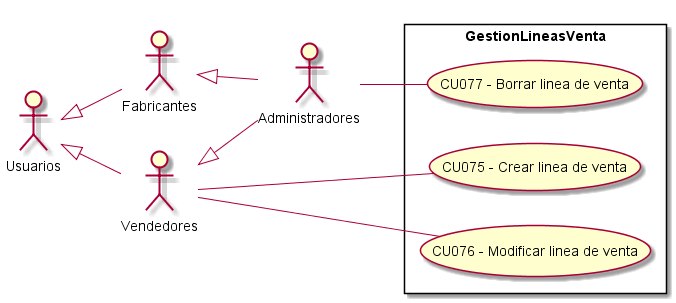
ZMGestion/DocumentacionZMGestion keeps this PlantUML diagram as Informe Final/Imagenes/ModeladoDeCasosDeUso/DiagramaDeCasosDeUso/GestionLineasVenta.png. Above is the earlier version.
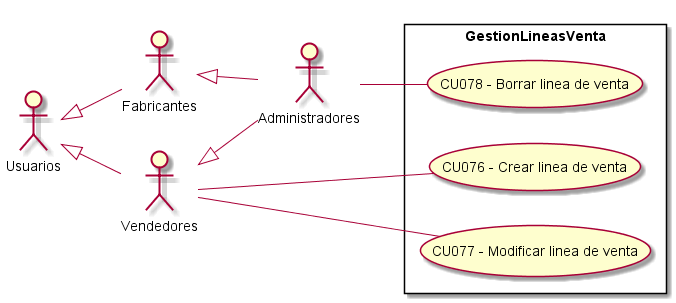
After the commit.

The edit, as a diff of the source:
```diff
@@ -13,9 +13,9 @@
  left to right direction
 
 rectangle GestionLineasVenta{
-    UseCase "CU075 - Crear linea de venta" as C
-    UseCase "CU076 - Modificar linea de venta" as M
-    UseCase "CU077 - Borrar linea de venta" as B
+    UseCase "CU076 - Crear linea de venta" as C
+    UseCase "CU077 - Modificar linea de venta" as M
+    UseCase "CU078 - Borrar linea de venta" as B
 }
     Vendedores -- C
     Administradores -- B
```
